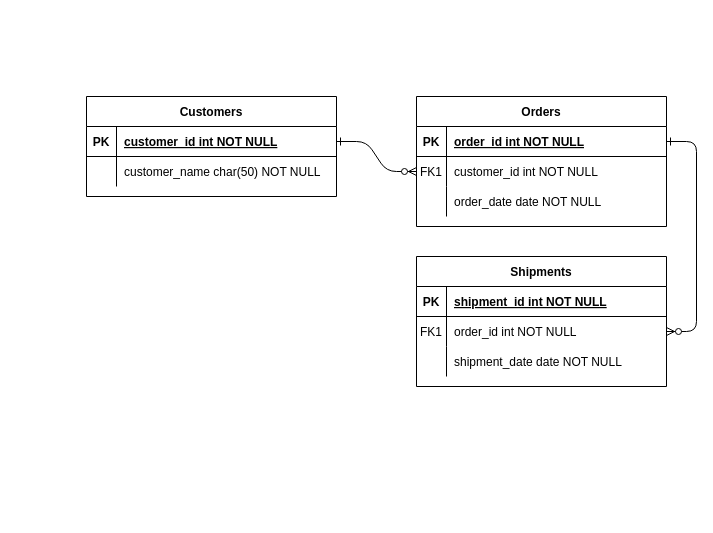
This is Extras/DiagramaBD.drawio from Faus142005/CriptoWallet, a draw.io file, before an edit. Source tidied: cells renumbered, new cells numbered last; positions are measured from the earlier drawing's top-left corner, leaving out a move shared by most shapes. Both pictures are drawn from the tidied source at 100%, with x=0, y=0 at pixel (86, 96).
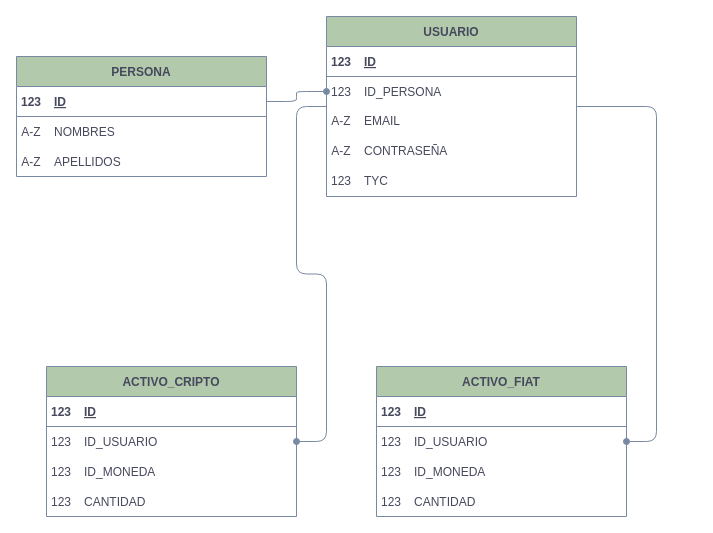
Above is the later version.

Diff of the diagram source:
```diff
@@
-    <mxCell id="2" style="edgeStyle=entityRelationEdgeStyle;endArrow=ERzeroToMany;startArrow=ERone;endFill=1;startFill=0;" parent="1" edge="1" source="25" target="8">
+    <mxCell id="2" style="edgeStyle=entityRelationEdgeStyle;endArrow=oval;startArrow=none;endFill=1;startFill=0;labelBackgroundColor=none;strokeColor=#788AA3;fontColor=default;" parent="1" edge="1" source="25" target="8">
       <mxGeometry relative="1" as="geometry" />
     </mxCell>
-    <mxCell id="3" style="edgeStyle=entityRelationEdgeStyle;endArrow=ERzeroToMany;startArrow=ERone;endFill=1;startFill=0;" parent="1" edge="1" source="5" target="18">
-      <mxGeometry relative="1" as="geometry" />
+    <mxCell id="3" style="edgeStyle=entityRelationEdgeStyle;endArrow=oval;startArrow=none;endFill=1;startFill=0;labelBackgroundColor=none;strokeColor=#788AA3;fontColor=default;" parent="1" edge="1" source="4" target="18">
+      <mxGeometry relative="1" as="geometry">
+        <Array as="points">
+          <mxPoint x="330" y="160" />
+          <mxPoint x="380" y="190" />
+          <mxPoint x="220" y="150" />
+        </Array>
+      </mxGeometry>
     </mxCell>
-    <mxCell id="4" value="Orders" style="shape=table;startSize=30;childLayout=tableLayout;rowLines=0;fontStyle=1;align=center;" parent="1" vertex="1">
-      <mxGeometry x="330" width="250" height="130" as="geometry" />
+    <mxCell id="4" value="USUARIO" style="shape=table;startSize=30;childLayout=tableLayout;rowLines=0;fontStyle=1;align=center;labelBackgroundColor=none;fillColor=#B2C9AB;strokeColor=#788AA3;fontColor=#46495D;columnLines=0;" parent="1" vertex="1">
+      <mxGeometry x="240" y="-80" width="250" height="180" as="geometry" />
     </mxCell>
-    <mxCell id="5" style="shape=partialRectangle;fillColor=none;points=[[0,0.5],[1,0.5]];portConstraint=eastwest;top=0;left=0;right=0;bottom=1;" parent="4" vertex="1">
+    <mxCell id="5" style="shape=partialRectangle;fillColor=none;points=[[0,0.5],[1,0.5]];portConstraint=eastwest;top=0;left=0;right=0;bottom=1;labelBackgroundColor=none;strokeColor=#788AA3;fontColor=#46495D;" parent="4" vertex="1">
       <mxGeometry y="30" width="250" height="30" as="geometry" />
     </mxCell>
-    <mxCell id="6" value="PK" style="shape=partialRectangle;overflow=hidden;fillColor=none;top=0;left=0;bottom=0;right=0;fontStyle=1;" parent="5" vertex="1">
+    <mxCell id="6" value="123" style="shape=partialRectangle;overflow=hidden;fillColor=none;top=0;left=0;bottom=0;right=0;fontStyle=1;labelBackgroundColor=none;strokeColor=#788AA3;fontColor=#46495D;" parent="5" vertex="1">
       <mxGeometry width="30" height="30" as="geometry" />
     </mxCell>
-    <mxCell id="7" value="order_id int NOT NULL " style="shape=partialRectangle;overflow=hidden;fillColor=none;top=0;left=0;bottom=0;right=0;align=left;spacingLeft=6;fontStyle=5;" parent="5" vertex="1">
+    <mxCell id="7" value="ID" style="shape=partialRectangle;overflow=hidden;fillColor=none;top=0;left=0;bottom=0;right=0;align=left;spacingLeft=6;fontStyle=5;labelBackgroundColor=none;strokeColor=#788AA3;fontColor=#46495D;" parent="5" vertex="1">
       <mxGeometry x="30" width="220" height="30" as="geometry" />
     </mxCell>
-    <mxCell id="8" style="shape=partialRectangle;fillColor=none;points=[[0,0.5],[1,0.5]];portConstraint=eastwest;top=0;left=0;right=0;bottom=0;" parent="4" vertex="1">
+    <mxCell id="8" style="shape=partialRectangle;fillColor=none;points=[[0,0.5],[1,0.5]];portConstraint=eastwest;top=0;left=0;right=0;bottom=0;labelBackgroundColor=none;strokeColor=#788AA3;fontColor=#46495D;" parent="4" vertex="1">
       <mxGeometry y="60" width="250" height="30" as="geometry" />
     </mxCell>
-    <mxCell id="9" value="FK1" style="shape=partialRectangle;overflow=hidden;fillColor=none;top=0;left=0;bottom=0;right=0;" parent="8" vertex="1">
+    <mxCell id="9" value="123" style="shape=partialRectangle;overflow=hidden;fillColor=none;top=0;left=0;bottom=0;right=0;labelBackgroundColor=none;strokeColor=#788AA3;fontColor=#46495D;" parent="8" vertex="1">
       <mxGeometry width="30" height="30" as="geometry" />
     </mxCell>
-    <mxCell id="10" value="customer_id int NOT NULL" style="shape=partialRectangle;overflow=hidden;fillColor=none;top=0;left=0;bottom=0;right=0;align=left;spacingLeft=6;" parent="8" vertex="1">
+    <mxCell id="10" value="ID_PERSONA" style="shape=partialRectangle;overflow=hidden;fillColor=none;top=0;left=0;bottom=0;right=0;align=left;spacingLeft=6;labelBackgroundColor=none;strokeColor=#788AA3;fontColor=#46495D;" parent="8" vertex="1">
       <mxGeometry x="30" width="220" height="30" as="geometry" />
     </mxCell>
-    <mxCell id="11" style="shape=partialRectangle;fillColor=none;top=0;left=0;right=0;bottom=0;" parent="4" vertex="1">
+    <mxCell id="11" style="shape=partialRectangle;fillColor=none;top=0;left=0;right=0;bottom=0;labelBackgroundColor=none;strokeColor=#788AA3;fontColor=#46495D;" parent="4" vertex="1">
       <mxGeometry y="90" width="250" height="30" as="geometry" />
     </mxCell>
-    <mxCell id="12" style="shape=partialRectangle;overflow=hidden;fillColor=none;top=0;left=0;bottom=0;right=0;" parent="11" vertex="1">
+    <mxCell id="12" style="shape=partialRectangle;overflow=hidden;fillColor=none;top=0;left=0;bottom=0;right=0;labelBackgroundColor=none;strokeColor=#788AA3;fontColor=#46495D;" parent="11" vertex="1">
       <mxGeometry width="30" height="30" as="geometry" />
     </mxCell>
-    <mxCell id="13" value="order_date date NOT NULL" style="shape=partialRectangle;overflow=hidden;fillColor=none;top=0;left=0;bottom=0;right=0;align=left;spacingLeft=6;" parent="11" vertex="1">
+    <mxCell id="13" style="shape=partialRectangle;overflow=hidden;fillColor=none;top=0;left=0;bottom=0;right=0;align=left;spacingLeft=6;labelBackgroundColor=none;strokeColor=#788AA3;fontColor=#46495D;" parent="11" vertex="1">
       <mxGeometry x="30" width="220" height="30" as="geometry" />
     </mxCell>
-    <mxCell id="14" value="Shipments" style="shape=table;startSize=30;childLayout=tableLayout;rowLines=0;fontStyle=1;align=center;" parent="1" vertex="1">
-      <mxGeometry x="330" y="160" width="250" height="130" as="geometry" />
+    <mxCell id="14" value="ACTIVO_CRIPTO" style="shape=table;startSize=30;childLayout=tableLayout;rowLines=0;fontStyle=1;align=center;labelBackgroundColor=none;fillColor=#B2C9AB;strokeColor=#788AA3;fontColor=#46495D;columnLines=0;" parent="1" vertex="1">
+      <mxGeometry x="-40" y="270" width="250" height="150" as="geometry" />
     </mxCell>
-    <mxCell id="15" style="shape=partialRectangle;fillColor=none;top=0;left=0;right=0;bottom=1;" parent="14" vertex="1">
+    <mxCell id="15" style="shape=partialRectangle;fillColor=none;top=0;left=0;right=0;bottom=1;labelBackgroundColor=none;strokeColor=#788AA3;fontColor=#46495D;" parent="14" vertex="1">
       <mxGeometry y="30" width="250" height="30" as="geometry" />
     </mxCell>
-    <mxCell id="16" value="PK" style="shape=partialRectangle;overflow=hidden;fillColor=none;top=0;left=0;bottom=0;right=0;fontStyle=1;" parent="15" vertex="1">
+    <mxCell id="16" value="123" style="shape=partialRectangle;overflow=hidden;fillColor=none;top=0;left=0;bottom=0;right=0;fontStyle=1;labelBackgroundColor=none;strokeColor=#788AA3;fontColor=#46495D;" parent="15" vertex="1">
       <mxGeometry width="30" height="30" as="geometry" />
     </mxCell>
-    <mxCell id="17" value="shipment_id int NOT NULL " style="shape=partialRectangle;overflow=hidden;fillColor=none;top=0;left=0;bottom=0;right=0;align=left;spacingLeft=6;fontStyle=5;" parent="15" vertex="1">
+    <mxCell id="17" value="ID" style="shape=partialRectangle;overflow=hidden;fillColor=none;top=0;left=0;bottom=0;right=0;align=left;spacingLeft=6;fontStyle=5;labelBackgroundColor=none;strokeColor=#788AA3;fontColor=#46495D;" parent="15" vertex="1">
       <mxGeometry x="30" width="220" height="30" as="geometry" />
     </mxCell>
-    <mxCell id="18" style="shape=partialRectangle;fillColor=none;points=[[0,0.5],[1,0.5]];portConstraint=eastwest;top=0;left=0;right=0;bottom=0;" parent="14" vertex="1">
+    <mxCell id="18" style="shape=partialRectangle;fillColor=none;points=[[0,0.5],[1,0.5]];portConstraint=eastwest;top=0;left=0;right=0;bottom=0;labelBackgroundColor=none;strokeColor=#788AA3;fontColor=#46495D;" parent="14" vertex="1">
       <mxGeometry y="60" width="250" height="30" as="geometry" />
     </mxCell>
-    <mxCell id="19" value="FK1" style="shape=partialRectangle;overflow=hidden;fillColor=none;top=0;left=0;bottom=0;right=0;" parent="18" vertex="1">
+    <mxCell id="19" value="123" style="shape=partialRectangle;overflow=hidden;fillColor=none;top=0;left=0;bottom=0;right=0;labelBackgroundColor=none;strokeColor=#788AA3;fontColor=#46495D;" parent="18" vertex="1">
       <mxGeometry width="30" height="30" as="geometry" />
     </mxCell>
-    <mxCell id="20" value="order_id int NOT NULL" style="shape=partialRectangle;overflow=hidden;fillColor=none;top=0;left=0;bottom=0;right=0;align=left;spacingLeft=6;" parent="18" vertex="1">
+    <mxCell id="20" value="ID_USUARIO" style="shape=partialRectangle;overflow=hidden;fillColor=none;top=0;left=0;bottom=0;right=0;align=left;spacingLeft=6;labelBackgroundColor=none;strokeColor=#788AA3;fontColor=#46495D;" parent="18" vertex="1">
       <mxGeometry x="30" width="220" height="30" as="geometry" />
     </mxCell>
-    <mxCell id="21" style="shape=partialRectangle;fillColor=none;top=0;left=0;right=0;bottom=0;" parent="14" vertex="1">
+    <mxCell id="21" style="shape=partialRectangle;fillColor=none;top=0;left=0;right=0;bottom=0;labelBackgroundColor=none;strokeColor=#788AA3;fontColor=#46495D;" parent="14" vertex="1">
       <mxGeometry y="90" width="250" height="30" as="geometry" />
     </mxCell>
-    <mxCell id="22" style="shape=partialRectangle;overflow=hidden;fillColor=none;top=0;left=0;bottom=0;right=0;" parent="21" vertex="1">
+    <mxCell id="22" style="shape=partialRectangle;overflow=hidden;fillColor=none;top=0;left=0;bottom=0;right=0;labelBackgroundColor=none;strokeColor=#788AA3;fontColor=#46495D;" parent="21" vertex="1">
       <mxGeometry width="30" height="30" as="geometry" />
     </mxCell>
-    <mxCell id="23" value="shipment_date date NOT NULL" style="shape=partialRectangle;overflow=hidden;fillColor=none;top=0;left=0;bottom=0;right=0;align=left;spacingLeft=6;" parent="21" vertex="1">
+    <mxCell id="23" style="shape=partialRectangle;overflow=hidden;fillColor=none;top=0;left=0;bottom=0;right=0;align=left;spacingLeft=6;labelBackgroundColor=none;strokeColor=#788AA3;fontColor=#46495D;" parent="21" vertex="1">
       <mxGeometry x="30" width="220" height="30" as="geometry" />
     </mxCell>
-    <mxCell id="24" value="Customers" style="shape=table;startSize=30;childLayout=tableLayout;rowLines=0;fontStyle=1;align=center;" parent="1" vertex="1">
-      <mxGeometry width="250" height="100" as="geometry" />
+    <mxCell id="24" value="PERSONA" style="shape=table;startSize=30;childLayout=tableLayout;rowLines=0;fontStyle=1;align=center;labelBackgroundColor=none;fillColor=#B2C9AB;strokeColor=#788AA3;fontColor=#46495D;swimlaneBody=1;columnLines=0;" parent="1" vertex="1">
+      <mxGeometry x="-70" y="-40" width="250" height="120" as="geometry" />
     </mxCell>
-    <mxCell id="25" style="shape=partialRectangle;fillColor=none;points=[[0,0.5],[1,0.5]];portConstraint=eastwest;top=0;left=0;right=0;bottom=1;" parent="24" vertex="1">
+    <mxCell id="25" style="shape=partialRectangle;fillColor=none;points=[[0,0.5],[1,0.5]];portConstraint=eastwest;top=0;left=0;right=0;bottom=1;labelBackgroundColor=none;strokeColor=#788AA3;fontColor=#46495D;" parent="24" vertex="1">
       <mxGeometry y="30" width="250" height="30" as="geometry" />
     </mxCell>
-    <mxCell id="26" value="PK" style="shape=partialRectangle;overflow=hidden;fillColor=none;top=0;left=0;bottom=0;right=0;fontStyle=1;" parent="25" vertex="1">
+    <mxCell id="26" value="123" style="shape=partialRectangle;overflow=hidden;fillColor=none;top=0;left=0;bottom=0;right=0;fontStyle=1;labelBackgroundColor=none;strokeColor=#788AA3;fontColor=#46495D;" parent="25" vertex="1">
       <mxGeometry width="30" height="30" as="geometry" />
     </mxCell>
-    <mxCell id="27" value="customer_id int NOT NULL " style="shape=partialRectangle;overflow=hidden;fillColor=none;top=0;left=0;bottom=0;right=0;align=left;spacingLeft=6;fontStyle=5;" parent="25" vertex="1">
+    <mxCell id="27" value="ID" style="shape=partialRectangle;overflow=hidden;fillColor=none;top=0;left=0;bottom=0;right=0;align=left;spacingLeft=6;fontStyle=5;labelBackgroundColor=none;strokeColor=#788AA3;fontColor=#46495D;" parent="25" vertex="1">
       <mxGeometry x="30" width="220" height="30" as="geometry" />
     </mxCell>
-    <mxCell id="28" style="shape=partialRectangle;fillColor=none;top=0;left=0;right=0;bottom=0;" parent="24" vertex="1">
+    <mxCell id="28" style="shape=partialRectangle;fillColor=none;top=0;left=0;right=0;bottom=0;labelBackgroundColor=none;strokeColor=#788AA3;fontColor=#46495D;" parent="24" vertex="1">
       <mxGeometry y="60" width="250" height="30" as="geometry" />
     </mxCell>
-    <mxCell id="29" style="shape=partialRectangle;overflow=hidden;fillColor=none;top=0;left=0;bottom=0;right=0;" parent="28" vertex="1">
+    <mxCell id="29" value="A-Z" style="shape=partialRectangle;overflow=hidden;fillColor=none;top=0;left=0;bottom=0;right=0;labelBackgroundColor=none;strokeColor=#788AA3;fontColor=#46495D;" parent="28" vertex="1">
       <mxGeometry width="30" height="30" as="geometry" />
     </mxCell>
-    <mxCell id="30" value="customer_name char(50) NOT NULL" style="shape=partialRectangle;overflow=hidden;fillColor=none;top=0;left=0;bottom=0;right=0;align=left;spacingLeft=6;" parent="28" vertex="1">
+    <mxCell id="30" value="NOMBRES" style="shape=partialRectangle;overflow=hidden;fillColor=none;top=0;left=0;bottom=0;right=0;align=left;spacingLeft=6;labelBackgroundColor=none;strokeColor=#788AA3;fontColor=#46495D;" parent="28" vertex="1">
       <mxGeometry x="30" width="220" height="30" as="geometry" />
     </mxCell>
+    <mxCell id="31" value="A-Z" style="shape=partialRectangle;overflow=hidden;fillColor=none;top=0;left=0;bottom=0;right=0;labelBackgroundColor=none;strokeColor=#788AA3;fontColor=#46495D;" parent="1" vertex="1">
+      <mxGeometry x="-70" y="50" width="30" height="30" as="geometry" />
+    </mxCell>
+    <mxCell id="32" value="APELLIDOS" style="shape=partialRectangle;overflow=hidden;fillColor=none;top=0;left=0;bottom=0;right=0;align=left;spacingLeft=6;labelBackgroundColor=none;strokeColor=#788AA3;fontColor=#46495D;" parent="1" vertex="1">
+      <mxGeometry x="-40" y="50" width="220" height="30" as="geometry" />
+    </mxCell>
+    <mxCell id="33" value="EMAIL" style="shape=partialRectangle;overflow=hidden;fillColor=none;top=0;left=0;bottom=0;right=0;align=left;spacingLeft=6;labelBackgroundColor=none;strokeColor=#788AA3;fontColor=#46495D;" parent="1" vertex="1">
+      <mxGeometry x="270" y="9" width="220" height="30" as="geometry" />
+    </mxCell>
+    <mxCell id="34" value="A-Z" style="shape=partialRectangle;overflow=hidden;fillColor=none;top=0;left=0;bottom=0;right=0;labelBackgroundColor=none;strokeColor=#788AA3;fontColor=#46495D;" parent="1" vertex="1">
+      <mxGeometry x="240" y="9" width="30" height="30" as="geometry" />
+    </mxCell>
+    <mxCell id="35" value="CONTRASEÑA" style="shape=partialRectangle;overflow=hidden;fillColor=none;top=0;left=0;bottom=0;right=0;align=left;spacingLeft=6;labelBackgroundColor=none;strokeColor=#788AA3;fontColor=#46495D;" parent="1" vertex="1">
+      <mxGeometry x="270" y="39" width="220" height="30" as="geometry" />
+    </mxCell>
+    <mxCell id="36" value="A-Z" style="shape=partialRectangle;overflow=hidden;fillColor=none;top=0;left=0;bottom=0;right=0;labelBackgroundColor=none;strokeColor=#788AA3;fontColor=#46495D;" parent="1" vertex="1">
+      <mxGeometry x="240" y="39" width="30" height="30" as="geometry" />
+    </mxCell>
+    <mxCell id="37" value="123" style="shape=partialRectangle;overflow=hidden;fillColor=none;top=0;left=0;bottom=0;right=0;labelBackgroundColor=none;strokeColor=#788AA3;fontColor=#46495D;" parent="1" vertex="1">
+      <mxGeometry x="240" y="69" width="30" height="30" as="geometry" />
+    </mxCell>
+    <mxCell id="38" value="TYC" style="shape=partialRectangle;overflow=hidden;fillColor=none;top=0;left=0;bottom=0;right=0;align=left;spacingLeft=6;labelBackgroundColor=none;strokeColor=#788AA3;fontColor=#46495D;" parent="1" vertex="1">
+      <mxGeometry x="270" y="69" width="220" height="30" as="geometry" />
+    </mxCell>
+    <mxCell id="39" value="123" style="shape=partialRectangle;overflow=hidden;fillColor=none;top=0;left=0;bottom=0;right=0;labelBackgroundColor=none;strokeColor=#788AA3;fontColor=#46495D;" parent="1" vertex="1">
+      <mxGeometry x="-40" y="360" width="30" height="30" as="geometry" />
+    </mxCell>
+    <mxCell id="40" value="ID_MONEDA" style="shape=partialRectangle;overflow=hidden;fillColor=none;top=0;left=0;bottom=0;right=0;align=left;spacingLeft=6;labelBackgroundColor=none;strokeColor=#788AA3;fontColor=#46495D;" parent="1" vertex="1">
+      <mxGeometry x="-10" y="360" width="220" height="30" as="geometry" />
+    </mxCell>
+    <mxCell id="41" value="123" style="shape=partialRectangle;overflow=hidden;fillColor=none;top=0;left=0;bottom=0;right=0;labelBackgroundColor=none;strokeColor=#788AA3;fontColor=#46495D;" parent="1" vertex="1">
+      <mxGeometry x="-40" y="390" width="30" height="30" as="geometry" />
+    </mxCell>
+    <mxCell id="42" value="CANTIDAD" style="shape=partialRectangle;overflow=hidden;fillColor=none;top=0;left=0;bottom=0;right=0;align=left;spacingLeft=6;labelBackgroundColor=none;strokeColor=#788AA3;fontColor=#46495D;" parent="1" vertex="1">
+      <mxGeometry x="-10" y="390" width="220" height="30" as="geometry" />
+    </mxCell>
+    <mxCell id="43" value="ACTIVO_FIAT" style="shape=table;startSize=30;childLayout=tableLayout;rowLines=0;fontStyle=1;align=center;labelBackgroundColor=none;fillColor=#B2C9AB;strokeColor=#788AA3;fontColor=#46495D;columnLines=0;" parent="1" vertex="1">
+      <mxGeometry x="290" y="270" width="250" height="150" as="geometry" />
+    </mxCell>
+    <mxCell id="44" style="shape=partialRectangle;fillColor=none;top=0;left=0;right=0;bottom=1;labelBackgroundColor=none;strokeColor=#788AA3;fontColor=#46495D;" parent="43" vertex="1">
+      <mxGeometry y="30" width="250" height="30" as="geometry" />
+    </mxCell>
+    <mxCell id="45" value="123" style="shape=partialRectangle;overflow=hidden;fillColor=none;top=0;left=0;bottom=0;right=0;fontStyle=1;labelBackgroundColor=none;strokeColor=#788AA3;fontColor=#46495D;" parent="44" vertex="1">
+      <mxGeometry width="30" height="30" as="geometry" />
+    </mxCell>
+    <mxCell id="46" value="ID" style="shape=partialRectangle;overflow=hidden;fillColor=none;top=0;left=0;bottom=0;right=0;align=left;spacingLeft=6;fontStyle=5;labelBackgroundColor=none;strokeColor=#788AA3;fontColor=#46495D;" parent="44" vertex="1">
+      <mxGeometry x="30" width="220" height="30" as="geometry" />
+    </mxCell>
+    <mxCell id="47" style="shape=partialRectangle;fillColor=none;top=0;left=0;right=0;bottom=0;labelBackgroundColor=none;strokeColor=#788AA3;fontColor=#46495D;" parent="43" vertex="1">
+      <mxGeometry y="60" width="250" height="30" as="geometry" />
+    </mxCell>
+    <mxCell id="48" value="123" style="shape=partialRectangle;overflow=hidden;fillColor=none;top=0;left=0;bottom=0;right=0;labelBackgroundColor=none;strokeColor=#788AA3;fontColor=#46495D;" parent="47" vertex="1">
+      <mxGeometry width="30" height="30" as="geometry" />
+    </mxCell>
+    <mxCell id="49" value="ID_USUARIO" style="shape=partialRectangle;overflow=hidden;fillColor=none;top=0;left=0;bottom=0;right=0;align=left;spacingLeft=6;labelBackgroundColor=none;strokeColor=#788AA3;fontColor=#46495D;" parent="47" vertex="1">
+      <mxGeometry x="30" width="220" height="30" as="geometry" />
+    </mxCell>
+    <mxCell id="50" style="shape=partialRectangle;fillColor=none;top=0;left=0;right=0;bottom=0;labelBackgroundColor=none;strokeColor=#788AA3;fontColor=#46495D;" parent="43" vertex="1">
+      <mxGeometry y="90" width="250" height="30" as="geometry" />
+    </mxCell>
+    <mxCell id="51" style="shape=partialRectangle;overflow=hidden;fillColor=none;top=0;left=0;bottom=0;right=0;labelBackgroundColor=none;strokeColor=#788AA3;fontColor=#46495D;" parent="50" vertex="1">
+      <mxGeometry width="30" height="30" as="geometry" />
+    </mxCell>
+    <mxCell id="52" style="shape=partialRectangle;overflow=hidden;fillColor=none;top=0;left=0;bottom=0;right=0;align=left;spacingLeft=6;labelBackgroundColor=none;strokeColor=#788AA3;fontColor=#46495D;" parent="50" vertex="1">
+      <mxGeometry x="30" width="220" height="30" as="geometry" />
+    </mxCell>
+    <mxCell id="53" value="123" style="shape=partialRectangle;overflow=hidden;fillColor=none;top=0;left=0;bottom=0;right=0;labelBackgroundColor=none;strokeColor=#788AA3;fontColor=#46495D;" parent="1" vertex="1">
+      <mxGeometry x="290" y="360" width="30" height="30" as="geometry" />
+    </mxCell>
+    <mxCell id="54" value="ID_MONEDA" style="shape=partialRectangle;overflow=hidden;fillColor=none;top=0;left=0;bottom=0;right=0;align=left;spacingLeft=6;labelBackgroundColor=none;strokeColor=#788AA3;fontColor=#46495D;" parent="1" vertex="1">
+      <mxGeometry x="320" y="360" width="220" height="30" as="geometry" />
+    </mxCell>
+    <mxCell id="55" value="123" style="shape=partialRectangle;overflow=hidden;fillColor=none;top=0;left=0;bottom=0;right=0;labelBackgroundColor=none;strokeColor=#788AA3;fontColor=#46495D;" parent="1" vertex="1">
+      <mxGeometry x="290" y="390" width="30" height="30" as="geometry" />
+    </mxCell>
+    <mxCell id="56" value="CANTIDAD" style="shape=partialRectangle;overflow=hidden;fillColor=none;top=0;left=0;bottom=0;right=0;align=left;spacingLeft=6;labelBackgroundColor=none;strokeColor=#788AA3;fontColor=#46495D;" parent="1" vertex="1">
+      <mxGeometry x="320" y="390" width="220" height="30" as="geometry" />
+    </mxCell>
+    <mxCell id="57" style="edgeStyle=entityRelationEdgeStyle;endArrow=oval;startArrow=none;endFill=1;startFill=0;labelBackgroundColor=none;strokeColor=#788AA3;fontColor=default;" parent="1" edge="1" source="4" target="43">
+      <mxGeometry relative="1" as="geometry">
+        <Array as="points">
+          <mxPoint x="490" y="140" />
+          <mxPoint x="620" y="150" />
+          <mxPoint x="340" y="170" />
+          <mxPoint x="400" y="170" />
+          <mxPoint x="390" y="200" />
+          <mxPoint x="520" y="220" />
+          <mxPoint x="230" y="160" />
+        </Array>
+      </mxGeometry>
+    </mxCell>
```
